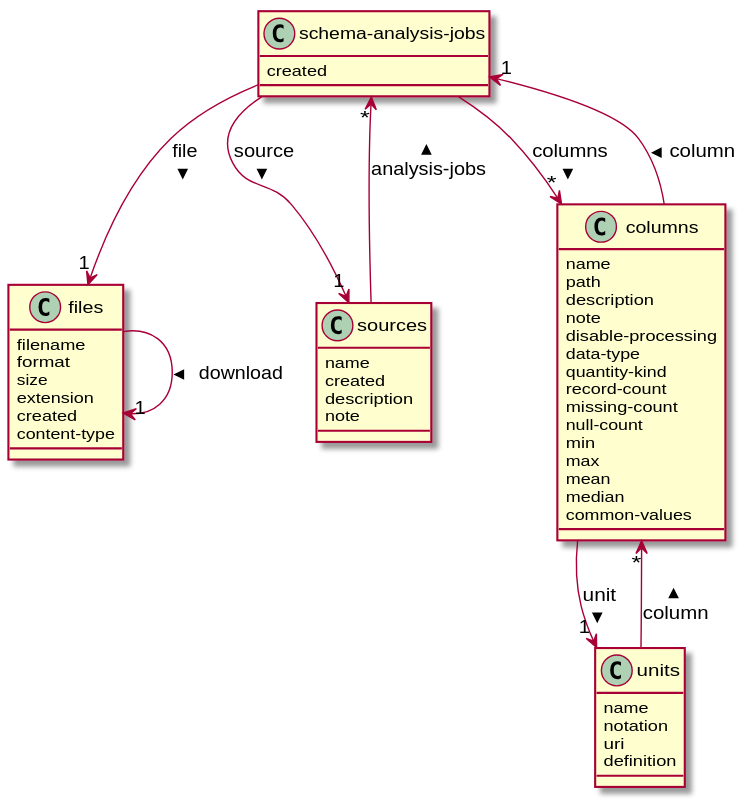
Before: doc/jsonapi-domain.svg, a diagram exported from PlantUML (redpencilio/app-shmdoc-osoc-poc). The source it was exported from:
```plantuml
@startuml
set namespaceSeparator none
class "schema-analysis-jobs"
"schema-analysis-jobs" : created
"schema-analysis-jobs" --> "1" "files" : file >
"schema-analysis-jobs" --> "1" "sources" : source >
"schema-analysis-jobs" --> "*" "columns" : columns >
class "columns"
"columns" : name
"columns" : path
"columns" : description
"columns" : note
"columns" : disable-processing
"columns" : data-type
"columns" : quantity-kind
"columns" : record-count
"columns" : missing-count
"columns" : null-count
"columns" : min
"columns" : max
"columns" : mean
"columns" : median
"columns" : common-values
"columns" --> "1" "schema-analysis-jobs" : column >
"columns" --> "1" "units" : unit >
class "sources"
"sources" : name
"sources" : created
"sources" : description
"sources" : note
"sources" --> "*" "schema-analysis-jobs" : analysis-jobs >
class "files"
"files" : filename
"files" : format
"files" : size
"files" : extension
"files" : created
"files" : content-type
"files" --> "1" "files" : download >
class "units"
"units" : name
"units" : notation
"units" : uri
"units" : definition
"units" --> "*" "columns" : column >
@enduml
```
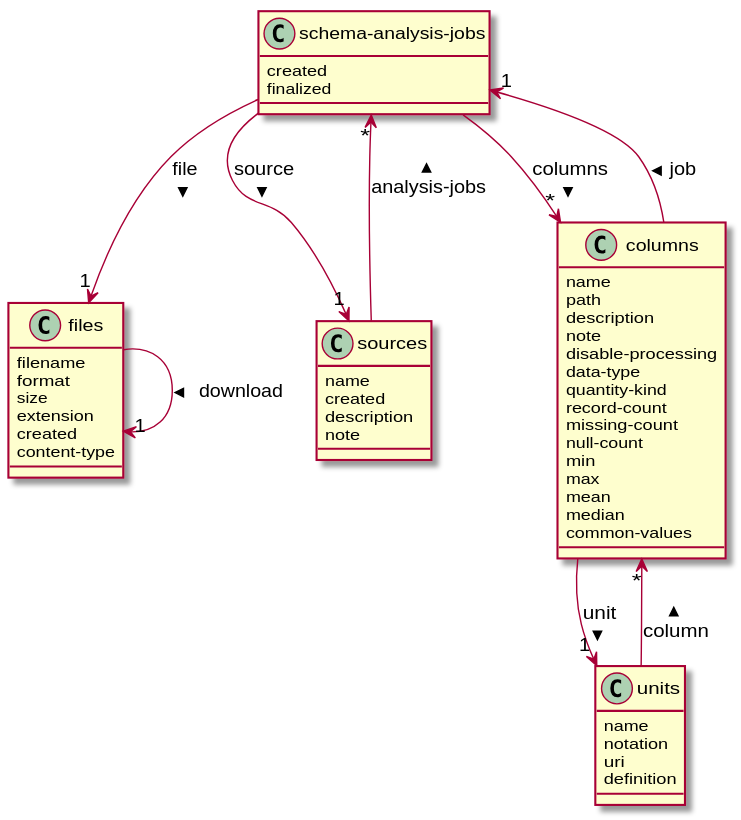
Later version of the same file.

Commit message:
Added finalized + histograms

The edit, as a diff of the source:
```diff
@@ -2,6 +2,7 @@
 set namespaceSeparator none
 class "schema-analysis-jobs"
 "schema-analysis-jobs" : created
+"schema-analysis-jobs" : finalized
 "schema-analysis-jobs" --> "1" "files" : file >
 "schema-analysis-jobs" --> "1" "sources" : source >
 "schema-analysis-jobs" --> "*" "columns" : columns >
@@ -21,7 +22,7 @@
 "columns" : mean
 "columns" : median
 "columns" : common-values
-"columns" --> "1" "schema-analysis-jobs" : column >
+"columns" --> "1" "schema-analysis-jobs" : job >
 "columns" --> "1" "units" : unit >
 class "sources"
 "sources" : name
```
